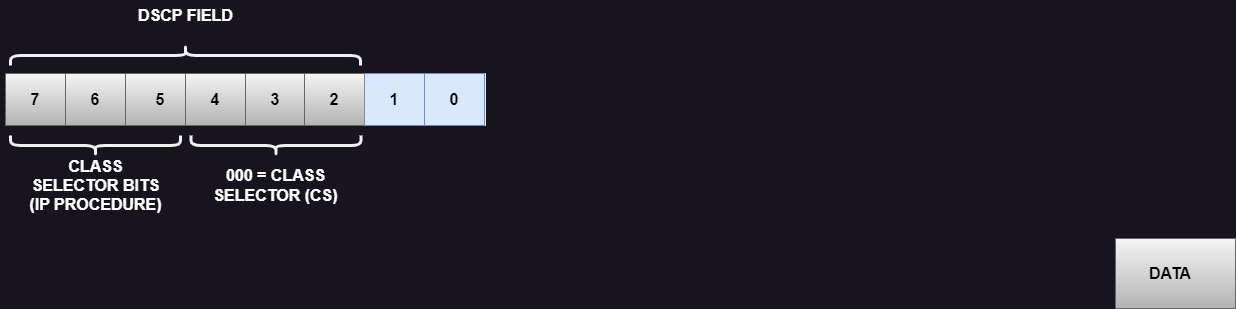
Before: CCNP 350-401 ENCOR/01 - Architecture/01 - QoS/07 - Marcação em Layer 3/Imagens/campo_dscp.png, a diagram exported from draw.io (alcancil/Cisco). Source tidied: cells renumbered, new cells last; positions are measured from the earlier drawing's top-left corner, leaving out a move shared by most shapes. Its diagram source:
```xml
<mxGraphModel>
  <root>
    <mxCell id="0" />
    <mxCell id="1" parent="0" />
    <mxCell id="2" style="rounded=0;whiteSpace=wrap;html=1;fillColor=#f5f5f5;gradientColor=#b3b3b3;strokeColor=#666666;" parent="1" vertex="1">
      <mxGeometry x="1115" y="358" width="120" height="70" as="geometry" />
    </mxCell>
    <mxCell id="3" style="rounded=0;whiteSpace=wrap;html=1;" parent="1" vertex="1">
      <mxGeometry x="5" y="193" width="480" height="52" as="geometry" />
    </mxCell>
    <mxCell id="4" style="rounded=0;whiteSpace=wrap;html=1;fillColor=#f5f5f5;strokeColor=#666666;gradientColor=#b3b3b3;fontColor=#000000;" parent="1" vertex="1">
      <mxGeometry x="5" y="193" width="60" height="52" as="geometry" />
    </mxCell>
    <mxCell id="5" value="7" style="text;html=1;strokeColor=none;fillColor=none;align=center;verticalAlign=middle;whiteSpace=wrap;rounded=0;fontSize=16;fontStyle=1;fontColor=#000000;" parent="1" vertex="1">
      <mxGeometry y="204" width="70" height="30" as="geometry" />
    </mxCell>
    <mxCell id="6" value="DATA" style="text;html=1;strokeColor=none;fillColor=none;align=center;verticalAlign=middle;whiteSpace=wrap;rounded=0;fontSize=16;fontStyle=1;fontColor=#000000;" parent="1" vertex="1">
      <mxGeometry x="1115" y="378" width="110" height="30" as="geometry" />
    </mxCell>
    <mxCell id="7" style="rounded=0;whiteSpace=wrap;html=1;fillColor=#f5f5f5;strokeColor=#666666;gradientColor=#b3b3b3;fontColor=#000000;" parent="1" vertex="1">
      <mxGeometry x="65" y="193" width="60" height="52" as="geometry" />
    </mxCell>
    <mxCell id="8" style="rounded=0;whiteSpace=wrap;html=1;fillColor=#f5f5f5;strokeColor=#666666;gradientColor=#b3b3b3;fontColor=#000000;" parent="1" vertex="1">
      <mxGeometry x="125" y="193" width="60" height="52" as="geometry" />
    </mxCell>
    <mxCell id="9" style="rounded=0;whiteSpace=wrap;html=1;fillColor=#f5f5f5;strokeColor=#666666;gradientColor=#b3b3b3;fontColor=#000000;" parent="1" vertex="1">
      <mxGeometry x="185" y="193" width="60" height="52" as="geometry" />
    </mxCell>
    <mxCell id="10" style="rounded=0;whiteSpace=wrap;html=1;fillColor=#f5f5f5;strokeColor=#666666;gradientColor=#b3b3b3;fontColor=#000000;" parent="1" vertex="1">
      <mxGeometry x="245" y="193" width="60" height="52" as="geometry" />
    </mxCell>
    <mxCell id="11" style="rounded=0;whiteSpace=wrap;html=1;fillColor=#f5f5f5;strokeColor=#666666;gradientColor=#b3b3b3;fontColor=#000000;" parent="1" vertex="1">
      <mxGeometry x="304" y="193" width="60" height="52" as="geometry" />
    </mxCell>
    <mxCell id="12" value="6" style="text;html=1;strokeColor=none;fillColor=none;align=center;verticalAlign=middle;whiteSpace=wrap;rounded=0;fontSize=16;fontStyle=1;fontColor=#000000;" parent="1" vertex="1">
      <mxGeometry x="60" y="204" width="70" height="30" as="geometry" />
    </mxCell>
    <mxCell id="13" value="5" style="text;html=1;strokeColor=none;fillColor=none;align=center;verticalAlign=middle;whiteSpace=wrap;rounded=0;fontSize=16;fontStyle=1;fontColor=#000000;" parent="1" vertex="1">
      <mxGeometry x="125" y="204" width="70" height="30" as="geometry" />
    </mxCell>
    <mxCell id="14" value="4" style="text;html=1;strokeColor=none;fillColor=none;align=center;verticalAlign=middle;whiteSpace=wrap;rounded=0;fontSize=16;fontStyle=1;fontColor=#000000;" parent="1" vertex="1">
      <mxGeometry x="180" y="204" width="70" height="30" as="geometry" />
    </mxCell>
    <mxCell id="15" value="3" style="text;html=1;strokeColor=none;fillColor=none;align=center;verticalAlign=middle;whiteSpace=wrap;rounded=0;fontSize=16;fontStyle=1;fontColor=#000000;" parent="1" vertex="1">
      <mxGeometry x="240" y="204" width="70" height="30" as="geometry" />
    </mxCell>
    <mxCell id="16" value="2" style="text;html=1;strokeColor=none;fillColor=none;align=center;verticalAlign=middle;whiteSpace=wrap;rounded=0;fontSize=16;fontStyle=1;fontColor=#000000;" parent="1" vertex="1">
      <mxGeometry x="299" y="204" width="70" height="30" as="geometry" />
    </mxCell>
    <mxCell id="17" style="rounded=0;whiteSpace=wrap;html=1;fillColor=#dae8fc;strokeColor=#6c8ebf;" parent="1" vertex="1">
      <mxGeometry x="364" y="193" width="60" height="52" as="geometry" />
    </mxCell>
    <mxCell id="18" value="1" style="text;html=1;strokeColor=none;fillColor=none;align=center;verticalAlign=middle;whiteSpace=wrap;rounded=0;fontSize=16;fontStyle=1;fontColor=#000000;" parent="1" vertex="1">
      <mxGeometry x="359" y="204" width="70" height="30" as="geometry" />
    </mxCell>
    <mxCell id="19" style="rounded=0;whiteSpace=wrap;html=1;fillColor=#dae8fc;strokeColor=#6c8ebf;" parent="1" vertex="1">
      <mxGeometry x="424" y="193" width="60" height="52" as="geometry" />
    </mxCell>
    <mxCell id="20" value="0" style="text;html=1;strokeColor=none;fillColor=none;align=center;verticalAlign=middle;whiteSpace=wrap;rounded=0;fontSize=16;fontStyle=1;fontColor=#000000;" parent="1" vertex="1">
      <mxGeometry x="419" y="204" width="70" height="30" as="geometry" />
    </mxCell>
    <mxCell id="21" value="DSCP FIELD" style="text;html=1;strokeColor=none;fillColor=none;align=center;verticalAlign=middle;whiteSpace=wrap;rounded=0;fontSize=16;fontStyle=1;fontColor=#ffffff;" parent="1" vertex="1">
      <mxGeometry x="117.5" y="120" width="135" height="30" as="geometry" />
    </mxCell>
    <mxCell id="22" value="CLASS SELECTOR BITS (IP PROCEDURE)" style="text;html=1;strokeColor=none;fillColor=none;align=center;verticalAlign=middle;whiteSpace=wrap;rounded=0;fontSize=16;fontStyle=1;fontColor=#ffffff;" parent="1" vertex="1">
      <mxGeometry x="27.5" y="290" width="135" height="30" as="geometry" />
    </mxCell>
    <mxCell id="23" style="shape=curlyBracket;whiteSpace=wrap;html=1;rounded=1;labelPosition=left;verticalLabelPosition=middle;align=right;verticalAlign=middle;rotation=90;strokeWidth=3;" parent="1" vertex="1">
      <mxGeometry x="175" width="20" height="350" as="geometry" />
    </mxCell>
    <mxCell id="24" value="000 = CLASS SELECTOR (CS)" style="text;html=1;strokeColor=none;fillColor=none;align=center;verticalAlign=middle;whiteSpace=wrap;rounded=0;fontSize=16;fontStyle=1;fontColor=#ffffff;" parent="1" vertex="1">
      <mxGeometry x="181.2" y="290" width="188.5" height="30" as="geometry" />
    </mxCell>
    <mxCell id="25" style="shape=curlyBracket;whiteSpace=wrap;html=1;rounded=1;labelPosition=left;verticalLabelPosition=middle;align=right;verticalAlign=middle;rotation=-90;strokeWidth=3;" parent="1" vertex="1">
      <mxGeometry x="85" y="180" width="20" height="170" as="geometry" />
    </mxCell>
    <mxCell id="26" style="shape=curlyBracket;whiteSpace=wrap;html=1;rounded=1;labelPosition=left;verticalLabelPosition=middle;align=right;verticalAlign=middle;rotation=-90;strokeWidth=3;" parent="1" vertex="1">
      <mxGeometry x="265.5" y="180" width="20" height="170" as="geometry" />
    </mxCell>
  </root>
</mxGraphModel>
```
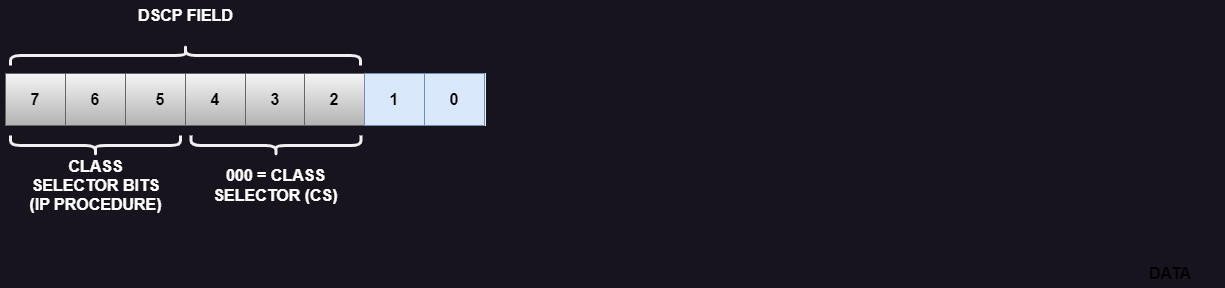
The same file after the commit.

Commit message:
Alterado o arquivo readme.md

Change to the diagram source:
```diff
@@ -2,9 +2,6 @@
   <root>
     <mxCell id="0" />
     <mxCell id="1" parent="0" />
-    <mxCell id="2" style="rounded=0;whiteSpace=wrap;html=1;fillColor=#f5f5f5;gradientColor=#b3b3b3;strokeColor=#666666;" parent="1" vertex="1">
-      <mxGeometry x="1115" y="358" width="120" height="70" as="geometry" />
-    </mxCell>
     <mxCell id="3" style="rounded=0;whiteSpace=wrap;html=1;" parent="1" vertex="1">
       <mxGeometry x="5" y="193" width="480" height="52" as="geometry" />
     </mxCell>
```
